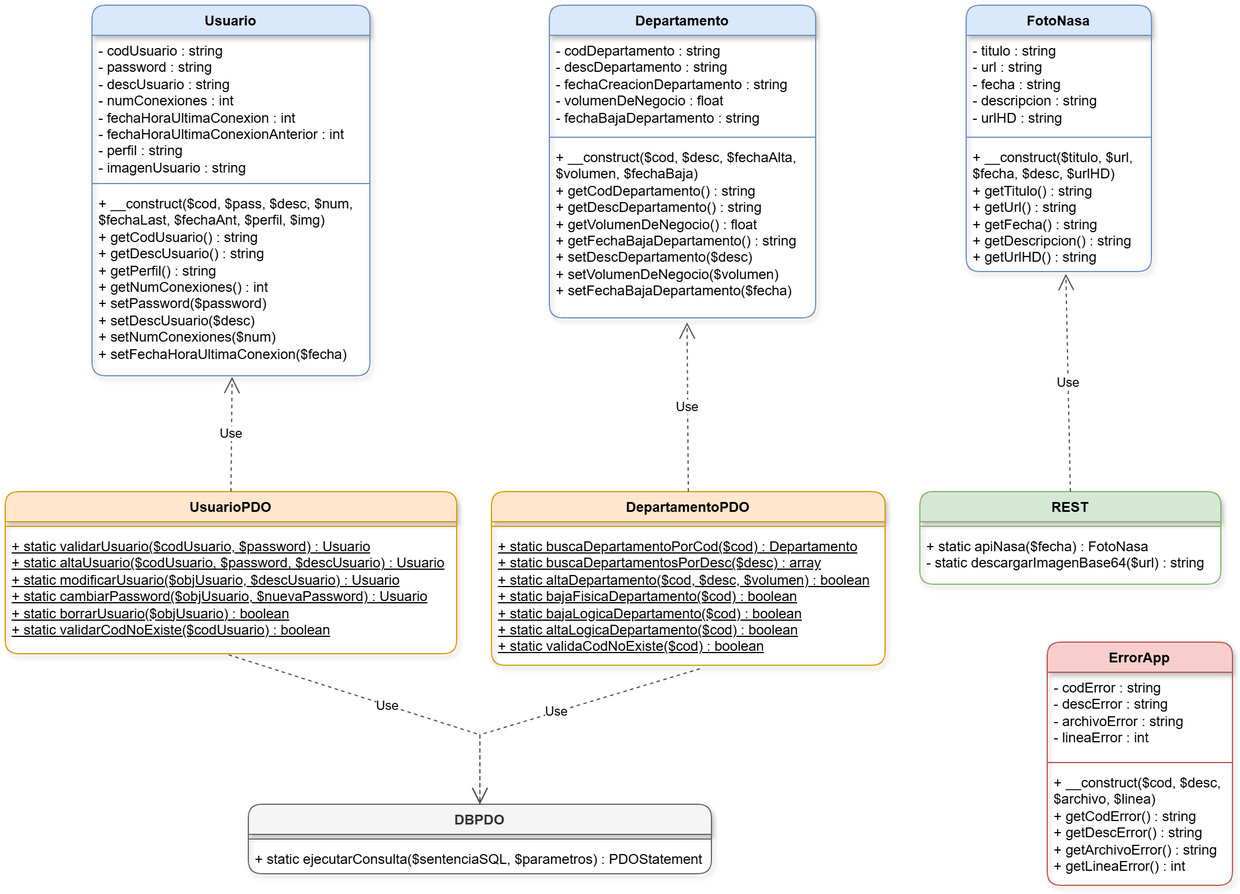
EnriqueNieto90/ENLDWESAplicacionFinal keeps this draw.io diagram as webroot/media/images/DiagramaDeClases.png. Above is the earlier version. Source tidied: cells renumbered, new cells last; positions are measured from the earlier drawing's top-left corner, leaving out a move shared by most shapes.
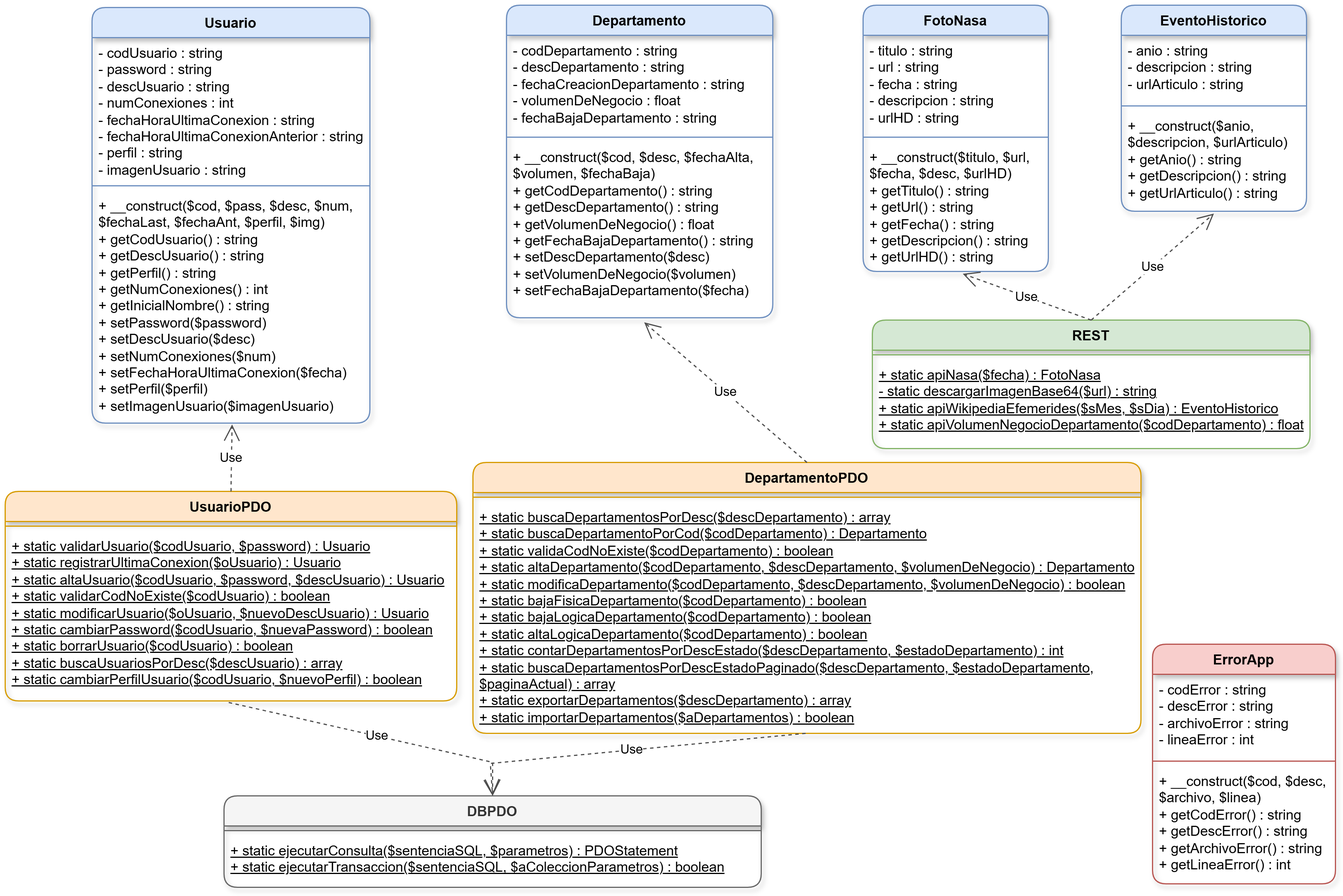
The same diagram one commit later.

What changed in the source:
```diff
@@ -3,28 +3,28 @@
     <mxCell id="0" />
     <mxCell id="1" parent="0" />
     <mxCell id="2" value="Usuario" style="swimlane;fontStyle=1;align=center;verticalAlign=top;horizontal=1;startSize=26;whiteSpace=wrap;html=1;fillColor=#dae8fc;strokeColor=#6c8ebf;rounded=1;shadow=1;" parent="1" vertex="1">
-      <mxGeometry x="75" width="240" height="320" as="geometry" />
+      <mxGeometry x="68" y="2" width="240" height="359" as="geometry" />
     </mxCell>
-    <mxCell id="3" value="- codUsuario : string&#10;- password : string&#10;- descUsuario : string&#10;- numConexiones : int&#10;- fechaHoraUltimaConexion : int&#10;- fechaHoraUltimaConexionAnterior : int&#10;- perfil : string&#10;- imagenUsuario : string" style="text;strokeColor=none;fillColor=none;align=left;verticalAlign=top;spacingLeft=4;spacingRight=4;overflow=hidden;whiteSpace=wrap;html=1;" parent="2" vertex="1">
+    <mxCell id="3" value="- codUsuario : string&lt;br&gt;- password : string&lt;br&gt;- descUsuario : string&lt;br&gt;- numConexiones : int&lt;br&gt;- fechaHoraUltimaConexion : string&lt;br&gt;- fechaHoraUltimaConexionAnterior : string&lt;br&gt;- perfil : string&lt;br&gt;- imagenUsuario : string" style="text;strokeColor=none;fillColor=none;align=left;verticalAlign=top;spacingLeft=4;spacingRight=4;overflow=hidden;whiteSpace=wrap;html=1;" parent="2" vertex="1">
       <mxGeometry y="26" width="240" height="124" as="geometry" />
     </mxCell>
     <mxCell id="4" style="line;strokeWidth=1;fillColor=none;align=left;verticalAlign=middle;spacingTop=-1;spacingLeft=3;spacingRight=3;labelPosition=right;strokeColor=inherit;" parent="2" vertex="1">
       <mxGeometry y="150" width="240" height="8" as="geometry" />
     </mxCell>
-    <mxCell id="5" value="+ __construct($cod, $pass, $desc, $num, $fechaLast, $fechaAnt, $perfil, $img)&#10;+ getCodUsuario() : string&#10;+ getDescUsuario() : string&#10;+ getPerfil() : string&#10;+ getNumConexiones() : int&#10;+ setPassword($password)&#10;+ setDescUsuario($desc)&#10;+ setNumConexiones($num)&#10;+ setFechaHoraUltimaConexion($fecha)" style="text;strokeColor=none;fillColor=none;align=left;verticalAlign=top;spacingLeft=4;spacingRight=4;overflow=hidden;points=[[0,0.5],[1,0.5]];portConstraint=eastwest;whiteSpace=wrap;html=1;" parent="2" vertex="1">
-      <mxGeometry y="158" width="240" height="162" as="geometry" />
+    <mxCell id="5" value="+ __construct($cod, $pass, $desc, $num, $fechaLast, $fechaAnt, $perfil, $img)&lt;br&gt;+ getCodUsuario() : string&lt;br&gt;+ getDescUsuario() : string&lt;br&gt;+ getPerfil() : string&lt;div&gt;+ getNumConexiones() : int&lt;/div&gt;&lt;div&gt;+&amp;nbsp;getInicialNombre() : string&lt;br&gt;+ setPassword($password)&lt;br&gt;+ setDescUsuario($desc)&lt;br&gt;+ setNumConexiones($num)&lt;br&gt;+ setFechaHoraUltimaConexion($fecha)&lt;/div&gt;&lt;div&gt;+&amp;nbsp;setPerfil($perfil)&lt;/div&gt;&lt;div&gt;+&amp;nbsp;setImagenUsuario($imagenUsuario)&lt;/div&gt;" style="text;strokeColor=none;fillColor=none;align=left;verticalAlign=top;spacingLeft=4;spacingRight=4;overflow=hidden;points=[[0,0.5],[1,0.5]];portConstraint=eastwest;whiteSpace=wrap;html=1;" parent="2" vertex="1">
+      <mxGeometry y="158" width="240" height="201" as="geometry" />
     </mxCell>
     <mxCell id="6" value="UsuarioPDO" style="swimlane;fontStyle=1;align=center;verticalAlign=top;horizontal=1;startSize=26;whiteSpace=wrap;html=1;fillColor=#ffe6cc;strokeColor=#d79b00;rounded=1;shadow=1;" parent="1" vertex="1">
-      <mxGeometry y="420" width="390" height="140" as="geometry" />
+      <mxGeometry x="-7" y="420" width="390" height="181" as="geometry" />
     </mxCell>
     <mxCell id="7" style="line;strokeWidth=1;fillColor=none;align=left;verticalAlign=middle;spacingTop=-1;spacingLeft=3;spacingRight=3;labelPosition=right;strokeColor=inherit;" parent="6" vertex="1">
       <mxGeometry y="26" width="390" height="8" as="geometry" />
     </mxCell>
-    <mxCell id="8" value="+ static validarUsuario($codUsuario, $password) : Usuario&#10;+ static altaUsuario($codUsuario, $password, $descUsuario) : Usuario&#10;+ static modificarUsuario($objUsuario, $descUsuario) : Usuario&#10;+ static cambiarPassword($objUsuario, $nuevaPassword) : Usuario&#10;+ static borrarUsuario($objUsuario) : boolean&#10;+ static validarCodNoExiste($codUsuario) : boolean" style="text;strokeColor=none;fillColor=none;align=left;verticalAlign=top;spacingLeft=4;spacingRight=4;overflow=hidden;points=[[0,0.5],[1,0.5]];portConstraint=eastwest;whiteSpace=wrap;html=1;fontStyle=4;" parent="6" vertex="1">
-      <mxGeometry y="34" width="390" height="106" as="geometry" />
+    <mxCell id="8" value="+ static validarUsuario($codUsuario, $password) : Usuario&lt;br/&gt;+ static registrarUltimaConexion($oUsuario) : Usuario&lt;br/&gt;+ static altaUsuario($codUsuario, $password, $descUsuario) : Usuario&lt;br/&gt;+ static validarCodNoExiste($codUsuario) : boolean&lt;br/&gt;+ static modificarUsuario($oUsuario, $nuevoDescUsuario) : Usuario&lt;br/&gt;+ static cambiarPassword($codUsuario, $nuevaPassword) : boolean&lt;br/&gt;+ static borrarUsuario($codUsuario) : boolean&lt;br/&gt;+ static buscaUsuariosPorDesc($descUsuario) : array&lt;br/&gt;+ static cambiarPerfilUsuario($codUsuario, $nuevoPerfil) : boolean" style="text;strokeColor=none;fillColor=none;align=left;verticalAlign=top;spacingLeft=4;spacingRight=4;overflow=hidden;points=[[0,0.5],[1,0.5]];portConstraint=eastwest;whiteSpace=wrap;html=1;fontStyle=4;" parent="6" vertex="1">
+      <mxGeometry y="34" width="390" height="147" as="geometry" />
     </mxCell>
     <mxCell id="9" value="Departamento" style="swimlane;fontStyle=1;align=center;verticalAlign=top;horizontal=1;startSize=26;whiteSpace=wrap;html=1;fillColor=#dae8fc;strokeColor=#6c8ebf;rounded=1;shadow=1;" parent="1" vertex="1">
-      <mxGeometry x="470" width="230" height="270" as="geometry" />
+      <mxGeometry x="426" width="230" height="270" as="geometry" />
     </mxCell>
     <mxCell id="10" value="- codDepartamento : string&#10;- descDepartamento : string&#10;- fechaCreacionDepartamento : string&#10;- volumenDeNegocio : float&#10;- fechaBajaDepartamento : string" style="text;strokeColor=none;fillColor=none;align=left;verticalAlign=top;spacingLeft=4;spacingRight=4;overflow=hidden;whiteSpace=wrap;html=1;" parent="9" vertex="1">
       <mxGeometry y="26" width="230" height="84" as="geometry" />
@@ -36,34 +36,34 @@
       <mxGeometry y="118" width="230" height="152" as="geometry" />
     </mxCell>
     <mxCell id="13" value="DepartamentoPDO" style="swimlane;fontStyle=1;align=center;verticalAlign=top;horizontal=1;startSize=26;whiteSpace=wrap;html=1;fillColor=#ffe6cc;strokeColor=#d79b00;rounded=1;shadow=1;" parent="1" vertex="1">
-      <mxGeometry x="420" y="420" width="340" height="150" as="geometry" />
+      <mxGeometry x="397" y="395" width="577" height="234" as="geometry" />
     </mxCell>
     <mxCell id="14" style="line;strokeWidth=1;fillColor=none;align=left;verticalAlign=middle;spacingTop=-1;spacingLeft=3;spacingRight=3;labelPosition=right;strokeColor=inherit;" parent="13" vertex="1">
-      <mxGeometry y="26" width="340" height="8" as="geometry" />
+      <mxGeometry y="26" width="577" height="8" as="geometry" />
     </mxCell>
-    <mxCell id="15" value="+ static buscaDepartamentoPorCod($cod) : Departamento&#10;+ static buscaDepartamentosPorDesc($desc) : array&#10;+ static altaDepartamento($cod, $desc, $volumen) : boolean&#10;+ static bajaFisicaDepartamento($cod) : boolean&#10;+ static bajaLogicaDepartamento($cod) : boolean&#10;+ static altaLogicaDepartamento($cod) : boolean&#10;+ static validaCodNoExiste($cod) : boolean" style="text;strokeColor=none;fillColor=none;align=left;verticalAlign=top;spacingLeft=4;spacingRight=4;overflow=hidden;points=[[0,0.5],[1,0.5]];portConstraint=eastwest;whiteSpace=wrap;html=1;fontStyle=4;" parent="13" vertex="1">
-      <mxGeometry y="34" width="340" height="116" as="geometry" />
+    <mxCell id="15" value="+ static buscaDepartamentosPorDesc($descDepartamento) : array&lt;br/&gt;+ static buscaDepartamentoPorCod($codDepartamento) : Departamento&lt;br/&gt;+ static validaCodNoExiste($codDepartamento) : boolean&lt;br/&gt;+ static altaDepartamento($codDepartamento, $descDepartamento, $volumenDeNegocio) : Departamento&lt;br/&gt;+ static modificaDepartamento($codDepartamento, $descDepartamento, $volumenDeNegocio) : boolean&lt;br/&gt;+ static bajaFisicaDepartamento($codDepartamento) : boolean&lt;br/&gt;+ static bajaLogicaDepartamento($codDepartamento) : boolean&lt;br/&gt;+ static altaLogicaDepartamento($codDepartamento) : boolean&lt;br/&gt;+ static contarDepartamentosPorDescEstado($descDepartamento, $estadoDepartamento) : int&lt;br/&gt;+ static buscaDepartamentosPorDescEstadoPaginado($descDepartamento, $estadoDepartamento, $paginaActual) : array&lt;br/&gt;+ static exportarDepartamentos($descDepartamento) : array&lt;br/&gt;+ static importarDepartamentos($aDepartamentos) : boolean" style="text;strokeColor=none;fillColor=none;align=left;verticalAlign=top;spacingLeft=4;spacingRight=4;overflow=hidden;points=[[0,0.5],[1,0.5]];portConstraint=eastwest;whiteSpace=wrap;html=1;fontStyle=4;" parent="13" vertex="1">
+      <mxGeometry y="34" width="577" height="200" as="geometry" />
     </mxCell>
     <mxCell id="16" value="DBPDO" style="swimlane;fontStyle=1;align=center;verticalAlign=top;horizontal=1;startSize=26;whiteSpace=wrap;html=1;fillColor=#f5f5f5;fontColor=#333333;strokeColor=#666666;rounded=1;shadow=1;" parent="1" vertex="1">
-      <mxGeometry x="210" y="690" width="400" height="60" as="geometry" />
+      <mxGeometry x="182" y="683" width="464" height="79" as="geometry" />
     </mxCell>
     <mxCell id="17" style="line;strokeWidth=1;fillColor=none;align=left;verticalAlign=middle;spacingTop=-1;spacingLeft=3;spacingRight=3;labelPosition=right;strokeColor=inherit;" parent="16" vertex="1">
-      <mxGeometry y="26" width="400" height="8" as="geometry" />
+      <mxGeometry y="26" width="464" height="8" as="geometry" />
     </mxCell>
-    <mxCell id="18" value="+ static ejecutarConsulta($sentenciaSQL, $parametros) : PDOStatement" style="text;strokeColor=none;fillColor=none;align=left;verticalAlign=top;spacingLeft=4;spacingRight=4;overflow=hidden;whiteSpace=wrap;html=1;" parent="16" vertex="1">
-      <mxGeometry y="34" width="400" height="26" as="geometry" />
+    <mxCell id="18" value="&lt;div&gt;+ static ejecutarConsulta($sentenciaSQL, $parametros) : PDOStatement&lt;/div&gt;&lt;div&gt;+ static ejecutarTransaccion($sentenciaSQL, $aColeccionParametros) : boolean&lt;/div&gt;" style="text;strokeColor=none;fillColor=none;align=left;verticalAlign=top;spacingLeft=4;spacingRight=4;overflow=hidden;whiteSpace=wrap;html=1;fontStyle=4;" parent="16" vertex="1">
+      <mxGeometry y="34" width="464" height="45" as="geometry" />
     </mxCell>
     <mxCell id="19" value="REST" style="swimlane;fontStyle=1;align=center;verticalAlign=top;horizontal=1;startSize=26;whiteSpace=wrap;html=1;fillColor=#d5e8d4;strokeColor=#82b366;rounded=1;shadow=1;" parent="1" vertex="1">
-      <mxGeometry x="790" y="420" width="260" height="80" as="geometry" />
+      <mxGeometry x="742" y="272" width="378" height="111" as="geometry" />
     </mxCell>
     <mxCell id="20" style="line;strokeWidth=1;fillColor=none;align=left;verticalAlign=middle;spacingTop=-1;spacingLeft=3;spacingRight=3;labelPosition=right;strokeColor=inherit;" parent="19" vertex="1">
-      <mxGeometry y="26" width="260" height="8" as="geometry" />
+      <mxGeometry y="26" width="378" height="8" as="geometry" />
     </mxCell>
-    <mxCell id="21" value="+ static apiNasa($fecha) : FotoNasa&#10;- static descargarImagenBase64($url) : string" style="text;strokeColor=none;fillColor=none;align=left;verticalAlign=top;spacingLeft=4;spacingRight=4;overflow=hidden;whiteSpace=wrap;html=1;" parent="19" vertex="1">
-      <mxGeometry y="34" width="260" height="46" as="geometry" />
+    <mxCell id="21" value="&lt;div&gt;+ static apiNasa($fecha) : FotoNasa&lt;/div&gt;&lt;div&gt;- static descargarImagenBase64($url) : string&lt;/div&gt;&lt;div&gt;+ static apiWikipediaEfemerides($sMes, $sDia) : EventoHistorico&lt;/div&gt;&lt;div&gt;+ static apiVolumenNegocioDepartamento($codDepartamento) : float&lt;/div&gt;" style="text;strokeColor=none;fillColor=none;align=left;verticalAlign=top;spacingLeft=4;spacingRight=4;overflow=hidden;whiteSpace=wrap;html=1;fontStyle=4;" parent="19" vertex="1">
+      <mxGeometry y="34" width="378" height="77" as="geometry" />
     </mxCell>
     <mxCell id="22" value="FotoNasa" style="swimlane;fontStyle=1;align=center;verticalAlign=top;horizontal=1;startSize=26;whiteSpace=wrap;html=1;fillColor=#dae8fc;strokeColor=#6c8ebf;rounded=1;shadow=1;" parent="1" vertex="1">
-      <mxGeometry x="830" width="160" height="230" as="geometry" />
+      <mxGeometry x="734" width="160" height="230" as="geometry" />
     </mxCell>
     <mxCell id="23" value="- titulo : string&#10;- url : string&#10;- fecha : string&#10;- descripcion : string&#10;- urlHD : string" style="text;strokeColor=none;fillColor=none;align=left;verticalAlign=top;spacingLeft=4;spacingRight=4;overflow=hidden;whiteSpace=wrap;html=1;" parent="22" vertex="1">
       <mxGeometry y="26" width="160" height="84" as="geometry" />
@@ -75,16 +75,16 @@
       <mxGeometry y="118" width="160" height="112" as="geometry" />
     </mxCell>
     <mxCell id="26" value="ErrorApp" style="swimlane;fontStyle=1;align=center;verticalAlign=top;horizontal=1;startSize=26;whiteSpace=wrap;html=1;fillColor=#f8cecc;strokeColor=#b85450;rounded=1;shadow=1;" parent="1" vertex="1">
-      <mxGeometry x="900" y="550" width="160" height="210" as="geometry" />
+      <mxGeometry x="984" y="552" width="158" height="207" as="geometry" />
     </mxCell>
     <mxCell id="27" value="- codError : string&#10;- descError : string&#10;- archivoError : string&#10;- lineaError : int" style="text;strokeColor=none;fillColor=none;align=left;verticalAlign=top;spacingLeft=4;spacingRight=4;overflow=hidden;whiteSpace=wrap;html=1;" parent="26" vertex="1">
-      <mxGeometry y="26" width="160" height="74" as="geometry" />
+      <mxGeometry y="26" width="158" height="71" as="geometry" />
     </mxCell>
     <mxCell id="28" style="line;strokeWidth=1;fillColor=none;align=left;verticalAlign=middle;spacingTop=-1;spacingLeft=3;spacingRight=3;labelPosition=right;strokeColor=inherit;" parent="26" vertex="1">
-      <mxGeometry y="100" width="160" height="8" as="geometry" />
+      <mxGeometry y="97" width="158" height="8" as="geometry" />
     </mxCell>
     <mxCell id="29" value="+ __construct($cod, $desc, $archivo, $linea)&#10;+ getCodError() : string&#10;+ getDescError() : string&#10;+ getArchivoError() : string&#10;+ getLineaError() : int" style="text;strokeColor=none;fillColor=none;align=left;verticalAlign=top;spacingLeft=4;spacingRight=4;overflow=hidden;whiteSpace=wrap;html=1;" parent="26" vertex="1">
-      <mxGeometry y="108" width="160" height="102" as="geometry" />
+      <mxGeometry y="105" width="158" height="102" as="geometry" />
     </mxCell>
     <mxCell id="30" value="Use" style="endArrow=open;endSize=12;dashed=1;html=1;rounded=0;exitX=0.5;exitY=0;exitDx=0;exitDy=0;entryX=0.504;entryY=1.006;entryDx=0;entryDy=0;entryPerimeter=0;curved=0;strokeColor=#4D4D4D;" parent="1" edge="1" source="6" target="5">
       <mxGeometry relative="1" as="geometry" />
@@ -98,17 +98,31 @@
     <mxCell id="33" value="Use" style="endArrow=open;endSize=12;dashed=1;html=1;rounded=0;exitX=0.495;exitY=1.009;exitDx=0;exitDy=0;exitPerimeter=0;entryX=0.5;entryY=0;entryDx=0;entryDy=0;curved=0;strokeColor=#4D4D4D;" parent="1" edge="1" source="8" target="16">
       <mxGeometry relative="1" as="geometry">
         <Array as="points">
-          <mxPoint x="410" y="630" />
+          <mxPoint x="414" y="654" />
         </Array>
       </mxGeometry>
     </mxCell>
-    <mxCell id="34" value="Use" style="endArrow=open;endSize=12;dashed=1;html=1;rounded=0;exitX=0.5;exitY=1.026;exitDx=0;exitDy=0;exitPerimeter=0;entryX=0.5;entryY=0;entryDx=0;entryDy=0;curved=0;strokeColor=#4D4D4D;" parent="1" edge="1" target="16">
+    <mxCell id="34" value="Use" style="endArrow=open;endSize=12;dashed=1;html=1;rounded=0;exitX=0.498;exitY=1;exitDx=0;exitDy=0;exitPerimeter=0;entryX=0.5;entryY=0;entryDx=0;entryDy=0;curved=0;strokeColor=#4D4D4D;" parent="1" edge="1" source="15" target="16">
       <mxGeometry relative="1" as="geometry">
-        <mxPoint x="600" y="573" as="sourcePoint" />
         <Array as="points">
-          <mxPoint x="410" y="630" />
+          <mxPoint x="412" y="655" />
         </Array>
       </mxGeometry>
     </mxCell>
+    <mxCell id="35" value="EventoHistorico" style="swimlane;fontStyle=1;align=center;verticalAlign=top;horizontal=1;startSize=26;whiteSpace=wrap;html=1;fillColor=#dae8fc;strokeColor=#6c8ebf;rounded=1;shadow=1;" parent="1" vertex="1">
+      <mxGeometry x="957" width="160" height="178" as="geometry" />
+    </mxCell>
+    <mxCell id="36" value="- anio : string&lt;br&gt;- descripcion : string&lt;br&gt;- urlArticulo : string" style="text;strokeColor=none;fillColor=none;align=left;verticalAlign=top;spacingLeft=4;spacingRight=4;overflow=hidden;whiteSpace=wrap;html=1;" parent="35" vertex="1">
+      <mxGeometry y="26" width="160" height="57" as="geometry" />
+    </mxCell>
+    <mxCell id="37" style="line;strokeWidth=1;fillColor=none;align=left;verticalAlign=middle;spacingTop=-1;spacingLeft=3;spacingRight=3;labelPosition=right;strokeColor=inherit;" parent="35" vertex="1">
+      <mxGeometry y="83" width="160" height="8" as="geometry" />
+    </mxCell>
+    <mxCell id="38" value="+ __construct($anio, $descripcion, $urlArticulo)&lt;br&gt;+ getAnio() : string&lt;br&gt;+ getDescripcion() : string&lt;br&gt;+ getUrlArticulo() : string" style="text;strokeColor=none;fillColor=none;align=left;verticalAlign=top;spacingLeft=4;spacingRight=4;overflow=hidden;points=[[0,0.5],[1,0.5]];portConstraint=eastwest;whiteSpace=wrap;html=1;" parent="35" vertex="1">
+      <mxGeometry y="91" width="160" height="87" as="geometry" />
+    </mxCell>
+    <mxCell id="39" value="Use" style="endArrow=open;endSize=12;dashed=1;html=1;rounded=0;exitX=0.5;exitY=0;exitDx=0;exitDy=0;entryX=0.5;entryY=1.023;entryDx=0;entryDy=0;entryPerimeter=0;curved=0;strokeColor=#4D4D4D;" parent="1" edge="1" source="19" target="38">
+      <mxGeometry relative="1" as="geometry" />
+    </mxCell>
   </root>
 </mxGraphModel>
```
